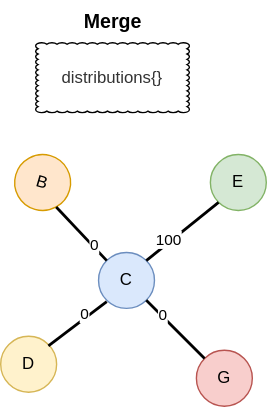
The draw.io diagram Multip.drawio.svg in jujubos/drawio, before a commit. Source tidied: cells renumbered, new cells last; positions are measured from the earlier drawing's top-left corner, leaving out a move shared by most shapes.
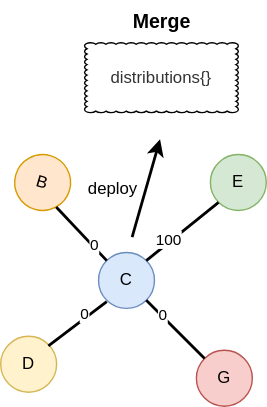
Above is the later version.

The edit, as a diff of the source:
```diff
@@ -51,10 +51,19 @@
       <mxGeometry x="-0.47" y="1" relative="1" as="geometry" />
     </mxCell>
     <mxCell id="15" value="&lt;font color=&quot;#333333&quot;&gt;distributions{}&lt;/font&gt;" style="whiteSpace=wrap;html=1;shape=mxgraph.basic.cloud_rect;" parent="1" vertex="1">
-      <mxGeometry x="25" y="30" width="110" height="50" as="geometry" />
+      <mxGeometry x="60" y="30" width="110" height="50" as="geometry" />
     </mxCell>
     <mxCell id="16" value="&lt;font style=&quot;font-size: 14px;&quot;&gt;&lt;b&gt;Merge&lt;/b&gt;&lt;/font&gt;" style="text;html=1;align=center;verticalAlign=middle;strokeColor=none;fillColor=none;" parent="1" vertex="1">
-      <mxGeometry x="50" width="60" height="30" as="geometry" />
+      <mxGeometry x="85" width="60" height="30" as="geometry" />
     </mxCell>
+    <mxCell id="17" style="endArrow=classic;html=1;rounded=0;strokeWidth=2;" parent="1" edge="1">
+      <mxGeometry relative="1" as="geometry">
+        <mxPoint x="94" y="169" as="sourcePoint" />
+        <mxPoint x="114" y="99" as="targetPoint" />
+      </mxGeometry>
+    </mxCell>
+    <mxCell id="18" value="deploy" style="text;html=1;align=center;verticalAlign=middle;strokeColor=none;fillColor=none;" parent="1" vertex="1">
+      <mxGeometry x="50" y="120" width="60" height="30" as="geometry" />
+    </mxCell>
   </root>
 </mxGraphModel>
```
